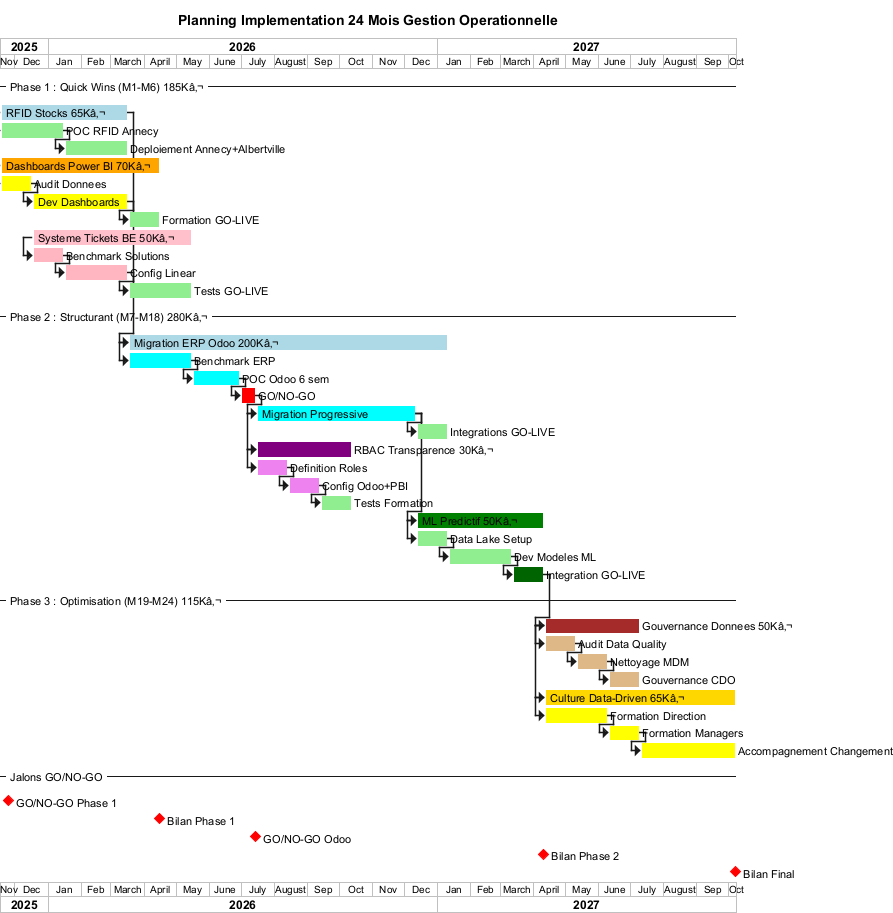
JordanSerafini/Audit_Duret keeps this PlantUML diagram as Services/Gestion-Operationnelle/uml/png/Gantt_Planning_Implementation.png. Above is the earlier version. Its diagram source:
```plantuml
@startgantt Gantt_Planning_Implementation

title Planning Implementation 24 Mois Gestion Operationnelle

printscale monthly

project starts 2025-11-17

-- Phase 1 : Quick Wins (M1-M6) 185Kâ‚¬ --

[RFID Stocks 65Kâ‚¬] as [RFID] lasts 120 days and is colored in LightBlue
[RFID] starts 2025-11-17

[POC RFID Annecy] as [RFIDPOC] lasts 60 days and is colored in LightGreen and starts at [RFID]'s start
[Deploiement Annecy+Albertville] as [RFIDDeploy] lasts 60 days and is colored in LightGreen and starts at [RFIDPOC]'s end

[Dashboards Power BI 70Kâ‚¬] as [PBI] lasts 150 days and is colored in Orange
[PBI] starts 2025-11-17

[Audit Donnees] as [PBIAudit] lasts 30 days and is colored in Yellow and starts at [PBI]'s start
[Dev Dashboards] as [PBIDev] lasts 90 days and is colored in Yellow and starts at [PBIAudit]'s end
[Formation GO-LIVE] as [PBIGL] lasts 30 days and is colored in LightGreen and starts at [PBIDev]'s end

[Systeme Tickets BE 50Kâ‚¬] as [Tickets] lasts 150 days and is colored in Pink
[Tickets] starts 2025-12-17

[Benchmark Solutions] as [TicketsBench] lasts 30 days and is colored in LightPink and starts at [Tickets]'s start
[Config Linear] as [TicketsConfig] lasts 60 days and is colored in LightPink and starts at [TicketsBench]'s end
[Tests GO-LIVE] as [TicketsGL] lasts 60 days and is colored in LightGreen and starts at [TicketsConfig]'s end

-- Phase 2 : Structurant (M7-M18) 280Kâ‚¬ --

[Migration ERP Odoo 200Kâ‚¬] as [Odoo] lasts 300 days and is colored in LightBlue
[Odoo] starts at [RFID]'s end

[Benchmark ERP] as [OdooBench] lasts 60 days and is colored in Cyan and starts at [Odoo]'s start
[POC Odoo 6 sem] as [OdooPOC] lasts 45 days and is colored in Cyan and starts at [OdooBench]'s end
[GO/NO-GO] as [OdooGO] lasts 15 days and is colored in Red and starts at [OdooPOC]'s end
[Migration Progressive] as [OdooMigr] lasts 150 days and is colored in Cyan and starts at [OdooGO]'s end
[Integrations GO-LIVE] as [OdooGL] lasts 30 days and is colored in LightGreen and starts at [OdooMigr]'s end

[RBAC Transparence 30Kâ‚¬] as [RBAC] lasts 90 days and is colored in Purple
[RBAC] starts at [OdooMigr]'s start

[Definition Roles] as [RBACDef] lasts 30 days and is colored in Violet and starts at [RBAC]'s start
[Config Odoo+PBI] as [RBACConfig] lasts 30 days and is colored in Violet and starts at [RBACDef]'s end
[Tests Formation] as [RBACGL] lasts 30 days and is colored in LightGreen and starts at [RBACConfig]'s end

[ML Predictif 50Kâ‚¬] as [ML] lasts 120 days and is colored in Green
[ML] starts at [OdooMigr]'s end

[Data Lake Setup] as [MLSetup] lasts 30 days and is colored in LightGreen and starts at [ML]'s start
[Dev Modeles ML] as [MLDev] lasts 60 days and is colored in LightGreen and starts at [MLSetup]'s end
[Integration GO-LIVE] as [MLGL] lasts 30 days and is colored in DarkGreen and starts at [MLDev]'s end

-- Phase 3 : Optimisation (M19-M24) 115Kâ‚¬ --

[Gouvernance Donnees 50Kâ‚¬] as [Gov] lasts 90 days and is colored in Brown
[Gov] starts at [MLGL]'s end

[Audit Data Quality] as [GovAudit] lasts 30 days and is colored in BurlyWood and starts at [Gov]'s start
[Nettoyage MDM] as [GovClean] lasts 30 days and is colored in BurlyWood and starts at [GovAudit]'s end
[Gouvernance CDO] as [GovCDO] lasts 30 days and is colored in BurlyWood and starts at [GovClean]'s end

[Culture Data-Driven 65Kâ‚¬] as [Culture] lasts 180 days and is colored in Gold
[Culture] starts at [Gov]'s start

[Formation Direction] as [CultureDir] lasts 60 days and is colored in Yellow and starts at [Culture]'s start
[Formation Managers] as [CultureMgr] lasts 30 days and is colored in Yellow and starts at [CultureDir]'s end
[Accompagnement Changement] as [CultureAcc] lasts 90 days and is colored in Yellow and starts at [CultureMgr]'s end

-- Jalons GO/NO-GO --

[GO/NO-GO Phase 1] as [Jalon1] happens at 2025-11-24
[Jalon1] is colored in Red

[Bilan Phase 1] as [Jalon2] happens at [PBIGL]'s end
[Jalon2] is colored in Red

[GO/NO-GO Odoo] as [Jalon3] happens at [OdooGO]'s end
[Jalon3] is colored in Red

[Bilan Phase 2] as [Jalon4] happens at [MLGL]'s end
[Jalon4] is colored in Red

[Bilan Final] as [Jalon5] happens at [CultureAcc]'s end
[Jalon5] is colored in Red

@endgantt
```
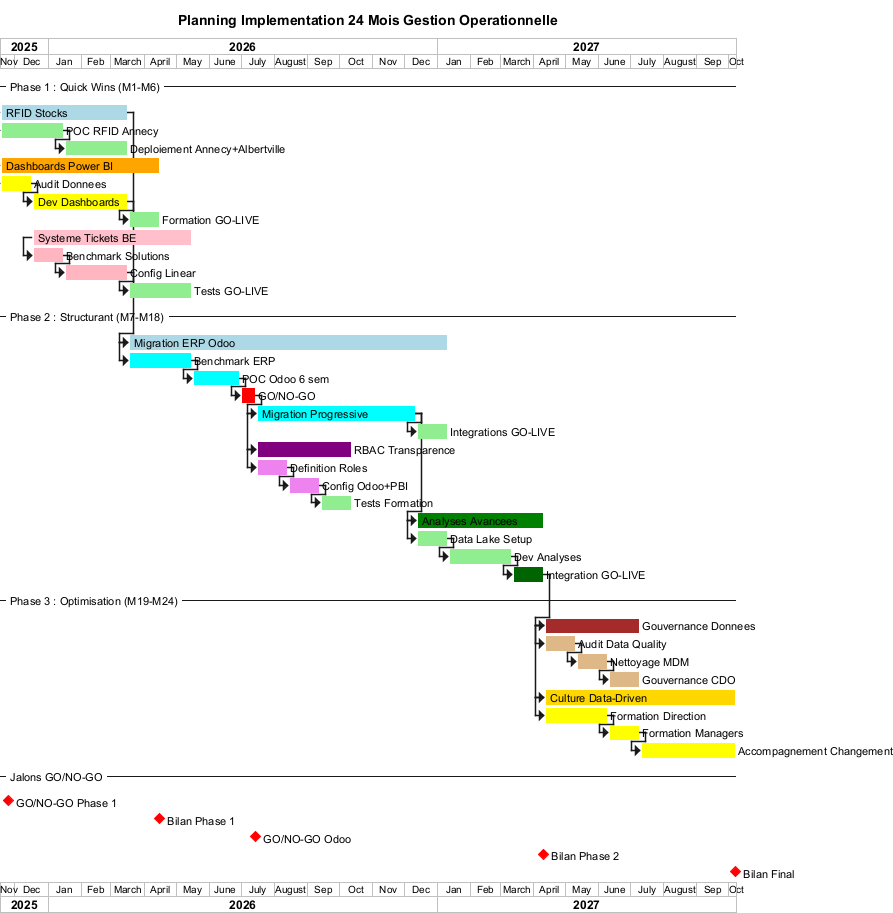
Above is the later version.

Change to the diagram source:
```diff
@@ -6,31 +6,31 @@
 
 project starts 2025-11-17
 
--- Phase 1 : Quick Wins (M1-M6) 185Kâ‚¬ --
+-- Phase 1 : Quick Wins (M1-M6) --
 
-[RFID Stocks 65Kâ‚¬] as [RFID] lasts 120 days and is colored in LightBlue
+[RFID Stocks] as [RFID] lasts 120 days and is colored in LightBlue
 [RFID] starts 2025-11-17
 
 [POC RFID Annecy] as [RFIDPOC] lasts 60 days and is colored in LightGreen and starts at [RFID]'s start
 [Deploiement Annecy+Albertville] as [RFIDDeploy] lasts 60 days and is colored in LightGreen and starts at [RFIDPOC]'s end
 
-[Dashboards Power BI 70Kâ‚¬] as [PBI] lasts 150 days and is colored in Orange
+[Dashboards Power BI] as [PBI] lasts 150 days and is colored in Orange
 [PBI] starts 2025-11-17
 
 [Audit Donnees] as [PBIAudit] lasts 30 days and is colored in Yellow and starts at [PBI]'s start
 [Dev Dashboards] as [PBIDev] lasts 90 days and is colored in Yellow and starts at [PBIAudit]'s end
 [Formation GO-LIVE] as [PBIGL] lasts 30 days and is colored in LightGreen and starts at [PBIDev]'s end
 
-[Systeme Tickets BE 50Kâ‚¬] as [Tickets] lasts 150 days and is colored in Pink
+[Systeme Tickets BE] as [Tickets] lasts 150 days and is colored in Pink
 [Tickets] starts 2025-12-17
 
 [Benchmark Solutions] as [TicketsBench] lasts 30 days and is colored in LightPink and starts at [Tickets]'s start
 [Config Linear] as [TicketsConfig] lasts 60 days and is colored in LightPink and starts at [TicketsBench]'s end
 [Tests GO-LIVE] as [TicketsGL] lasts 60 days and is colored in LightGreen and starts at [TicketsConfig]'s end
 
--- Phase 2 : Structurant (M7-M18) 280Kâ‚¬ --
+-- Phase 2 : Structurant (M7-M18) --
 
-[Migration ERP Odoo 200Kâ‚¬] as [Odoo] lasts 300 days and is colored in LightBlue
+[Migration ERP Odoo] as [Odoo] lasts 300 days and is colored in LightBlue
 [Odoo] starts at [RFID]'s end
 
 [Benchmark ERP] as [OdooBench] lasts 60 days and is colored in Cyan and starts at [Odoo]'s start
@@ -39,30 +39,30 @@
 [Migration Progressive] as [OdooMigr] lasts 150 days and is colored in Cyan and starts at [OdooGO]'s end
 [Integrations GO-LIVE] as [OdooGL] lasts 30 days and is colored in LightGreen and starts at [OdooMigr]'s end
 
-[RBAC Transparence 30Kâ‚¬] as [RBAC] lasts 90 days and is colored in Purple
+[RBAC Transparence] as [RBAC] lasts 90 days and is colored in Purple
 [RBAC] starts at [OdooMigr]'s start
 
 [Definition Roles] as [RBACDef] lasts 30 days and is colored in Violet and starts at [RBAC]'s start
 [Config Odoo+PBI] as [RBACConfig] lasts 30 days and is colored in Violet and starts at [RBACDef]'s end
 [Tests Formation] as [RBACGL] lasts 30 days and is colored in LightGreen and starts at [RBACConfig]'s end
 
-[ML Predictif 50Kâ‚¬] as [ML] lasts 120 days and is colored in Green
+[Analyses Avancees] as [ML] lasts 120 days and is colored in Green
 [ML] starts at [OdooMigr]'s end
 
 [Data Lake Setup] as [MLSetup] lasts 30 days and is colored in LightGreen and starts at [ML]'s start
-[Dev Modeles ML] as [MLDev] lasts 60 days and is colored in LightGreen and starts at [MLSetup]'s end
+[Dev Analyses] as [MLDev] lasts 60 days and is colored in LightGreen and starts at [MLSetup]'s end
 [Integration GO-LIVE] as [MLGL] lasts 30 days and is colored in DarkGreen and starts at [MLDev]'s end
 
--- Phase 3 : Optimisation (M19-M24) 115Kâ‚¬ --
+-- Phase 3 : Optimisation (M19-M24) --
 
-[Gouvernance Donnees 50Kâ‚¬] as [Gov] lasts 90 days and is colored in Brown
+[Gouvernance Donnees] as [Gov] lasts 90 days and is colored in Brown
 [Gov] starts at [MLGL]'s end
 
 [Audit Data Quality] as [GovAudit] lasts 30 days and is colored in BurlyWood and starts at [Gov]'s start
 [Nettoyage MDM] as [GovClean] lasts 30 days and is colored in BurlyWood and starts at [GovAudit]'s end
 [Gouvernance CDO] as [GovCDO] lasts 30 days and is colored in BurlyWood and starts at [GovClean]'s end
 
-[Culture Data-Driven 65Kâ‚¬] as [Culture] lasts 180 days and is colored in Gold
+[Culture Data-Driven] as [Culture] lasts 180 days and is colored in Gold
 [Culture] starts at [Gov]'s start
 
 [Formation Direction] as [CultureDir] lasts 60 days and is colored in Yellow and starts at [Culture]'s start
```
